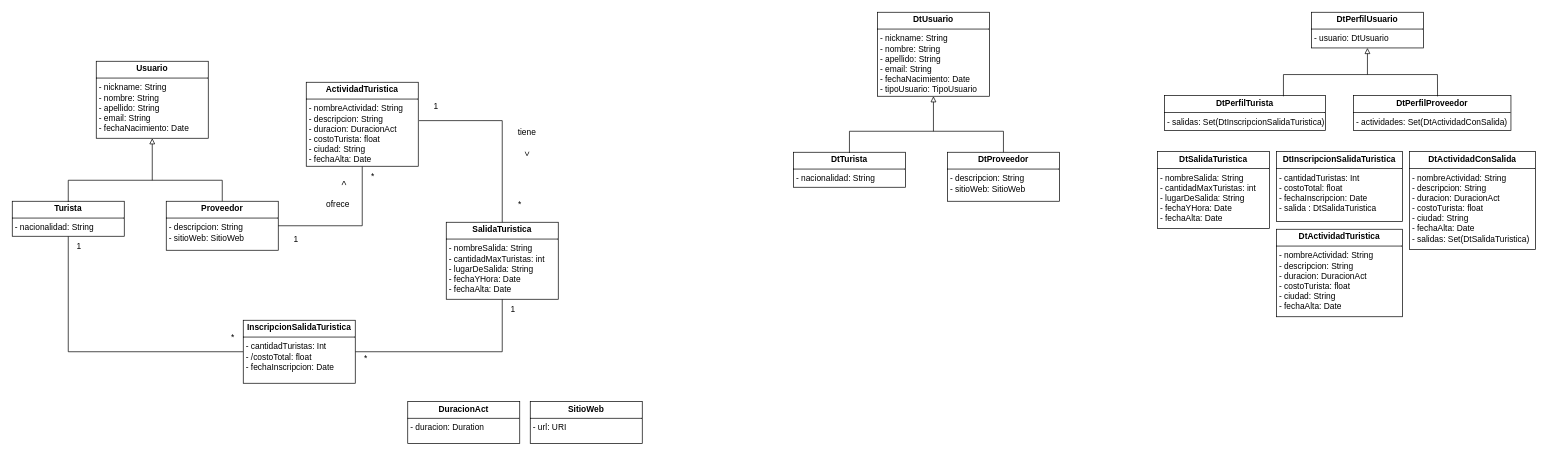
Earlier version of the draw.io diagram page "ModeloDominio" (1 of 12) of resources/Tarea1.drawio (rofernandezm/Tencnoinf_Pap2025_Tarea1). Source tidied: cells renumbered, new cells numbered last; positions are measured from the earlier drawing's top-left corner, leaving out a move shared by most shapes. Both pictures are drawn from the tidied source at 70%, with x=0, y=0 at pixel (12, 12).
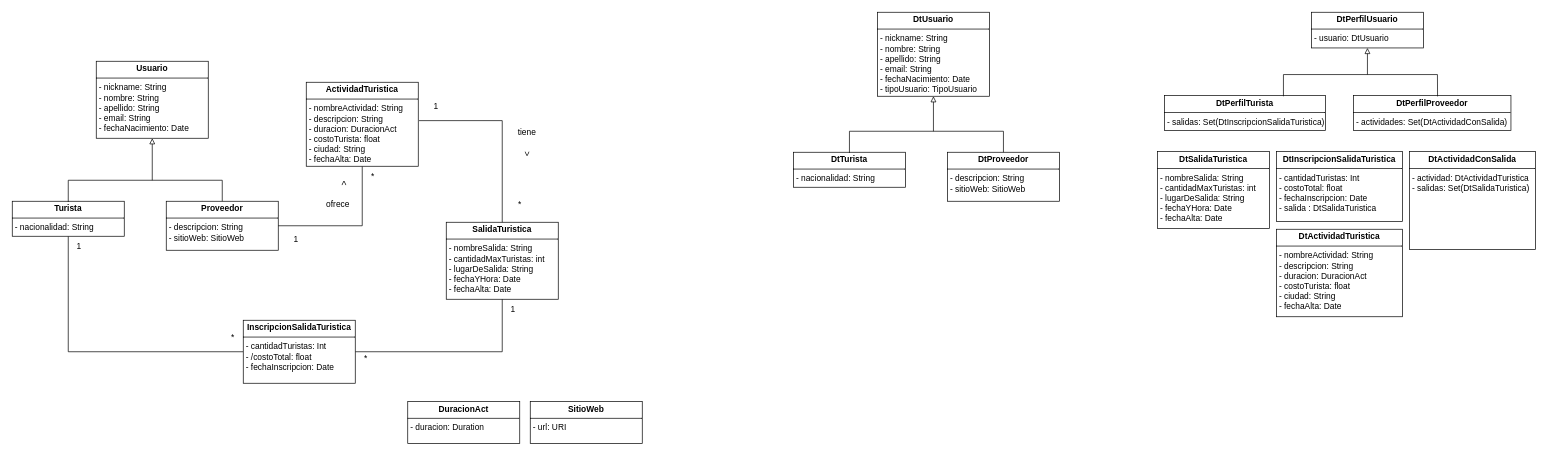
The same diagram, later.

Diff of the diagram source:
```diff
@@
-    <mxCell id="35" value="&lt;p style=&quot;margin:0px;margin-top:4px;text-align:center;&quot;&gt;&lt;b&gt;DtActividadConSalida&lt;/b&gt;&lt;/p&gt;&lt;hr size=&quot;1&quot; style=&quot;border-style:solid;&quot;&gt;&lt;p style=&quot;margin:0px;margin-left:4px;&quot;&gt;- nombreActividad: String&lt;/p&gt;&lt;p style=&quot;margin:0px;margin-left:4px;&quot;&gt;- descripcion: String&lt;/p&gt;&lt;p style=&quot;margin:0px;margin-left:4px;&quot;&gt;- duracion: DuracionAct&lt;/p&gt;&lt;p style=&quot;margin:0px;margin-left:4px;&quot;&gt;- costoTurista: float&lt;/p&gt;&lt;p style=&quot;margin:0px;margin-left:4px;&quot;&gt;- ciudad: String&lt;/p&gt;&lt;p style=&quot;margin:0px;margin-left:4px;&quot;&gt;- fechaAlta: Date&lt;/p&gt;&lt;p style=&quot;margin:0px;margin-left:4px;&quot;&gt;- salidas: Set(DtSalidaTuristica)&lt;/p&gt;" style="verticalAlign=top;align=left;overflow=fill;html=1;whiteSpace=wrap;" parent="1" vertex="1">
+    <mxCell id="35" value="&lt;p style=&quot;margin:0px;margin-top:4px;text-align:center;&quot;&gt;&lt;b&gt;DtActividadConSalida&lt;/b&gt;&lt;/p&gt;&lt;hr size=&quot;1&quot; style=&quot;border-style:solid;&quot;&gt;&lt;p style=&quot;margin:0px;margin-left:4px;&quot;&gt;- actividad: DtActividadTuristica&lt;/p&gt;&lt;p style=&quot;margin:0px;margin-left:4px;&quot;&gt;- salidas: Set(DtSalidaTuristica)&lt;/p&gt;" style="verticalAlign=top;align=left;overflow=fill;html=1;whiteSpace=wrap;" parent="1" vertex="1">
       <mxGeometry x="1996" y="199" width="180" height="140" as="geometry" />
     </mxCell>
```
